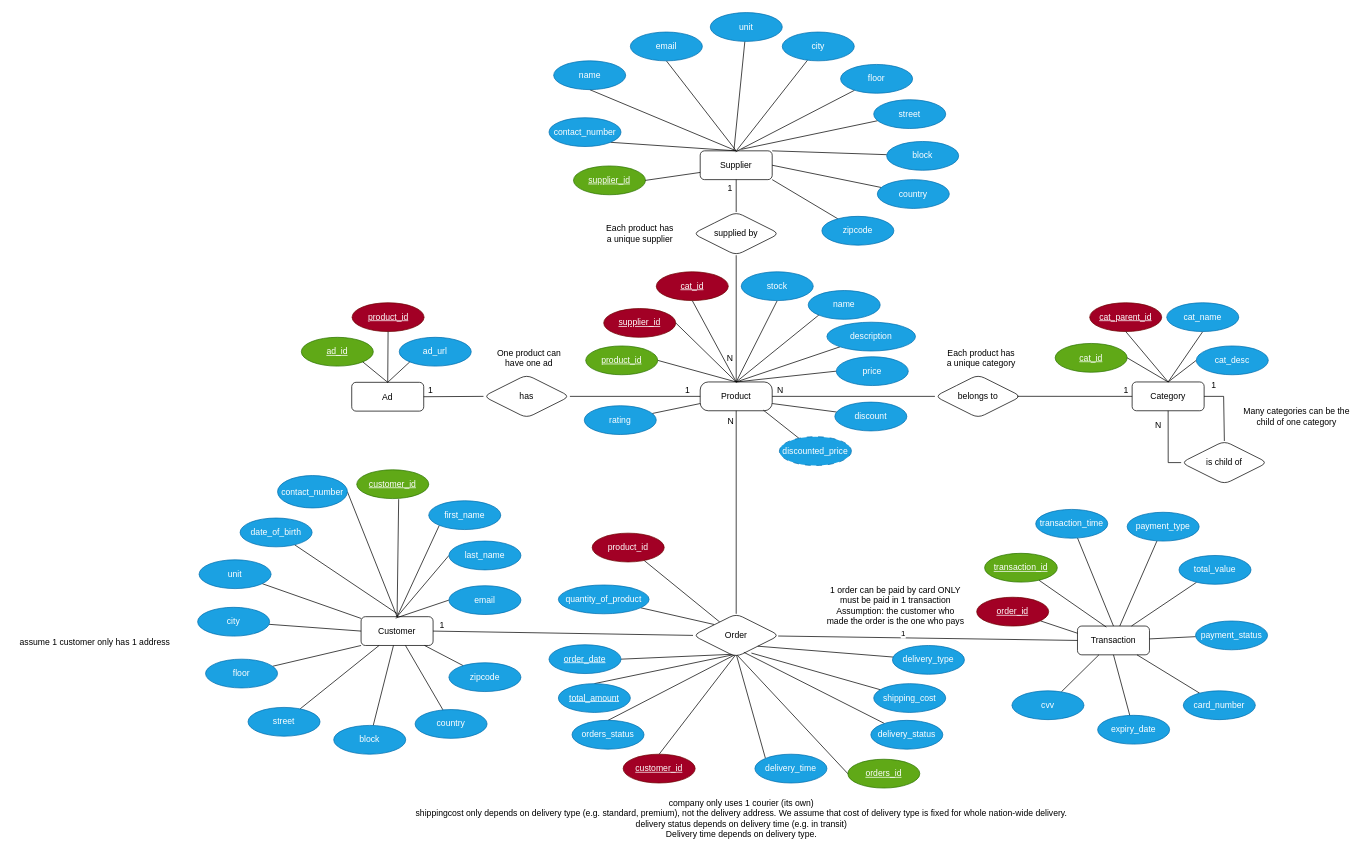
Earlier version of the draw.io diagram E_R_Diagram/ER_Diag.drawio (diego-karsa/Data-Management-Group-15). Source tidied: cells renumbered, new cells numbered last; positions are measured from the earlier drawing's top-left corner, leaving out a move shared by most shapes. Both pictures are drawn from the tidied source at 72%, with x=0, y=0 at pixel (12, 12).
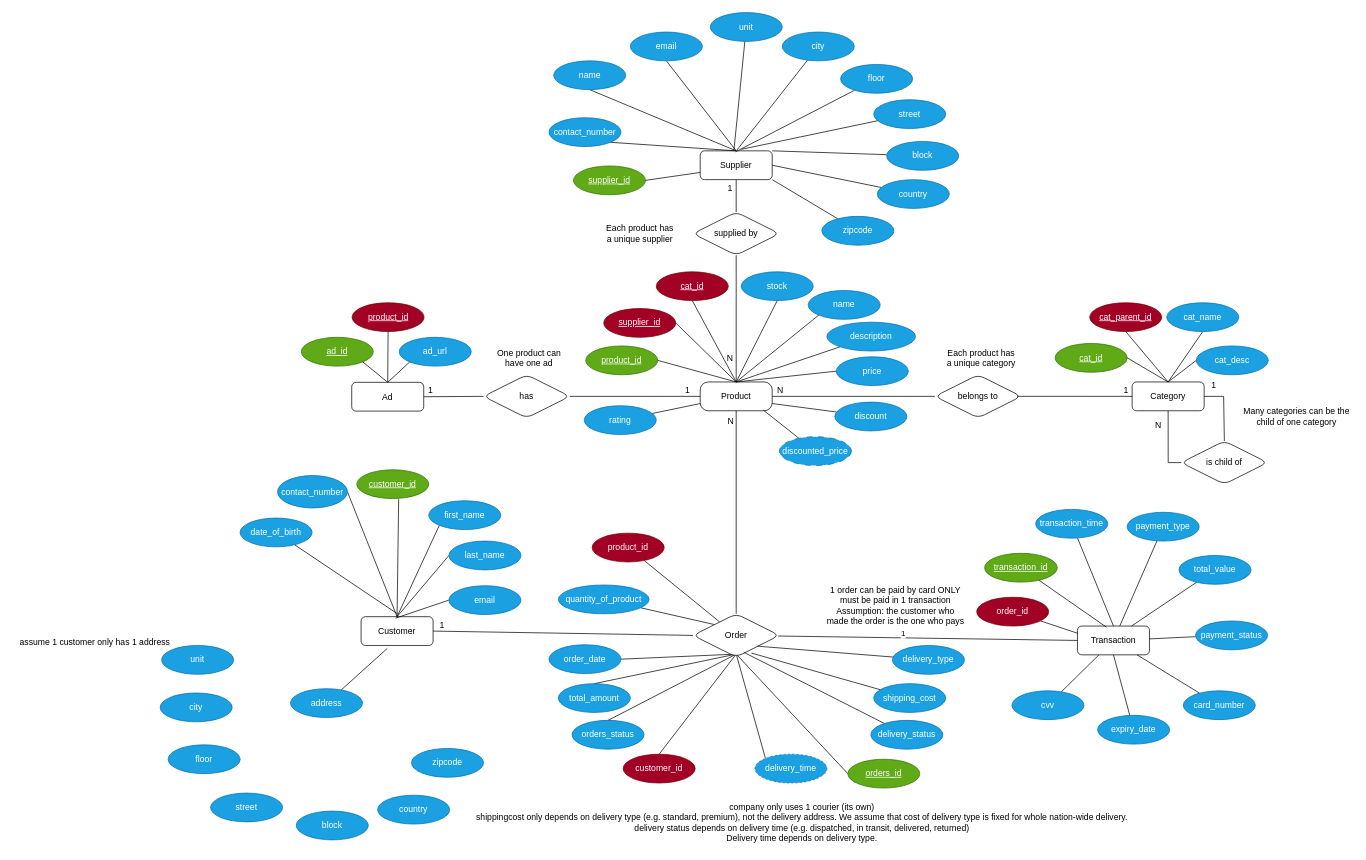
The same page after the edit.

Unchanged cells that the change refers to:
```xml
<mxCell id="2" value="Customer" style="whiteSpace=wrap;html=1;align=center;rounded=1;" parent="1" vertex="1">
  <mxGeometry x="484" y="839" width="100" height="40" as="geometry" />
</mxCell>
```

What changed in the source:
```diff
@@
-    <mxCell id="28" value="&lt;div&gt;customer_id&lt;/div&gt;" style="ellipse;whiteSpace=wrap;html=1;align=center;fontStyle=4;rounded=1;fillColor=#a20025;fontColor=#ffffff;strokeColor=#6F0000;" parent="1" vertex="1">
+    <mxCell id="28" value="&lt;div&gt;customer_id&lt;/div&gt;" style="ellipse;whiteSpace=wrap;html=1;align=center;fontStyle=0;rounded=1;fillColor=#a20025;fontColor=#ffffff;strokeColor=#6F0000;" parent="1" vertex="1">
       <mxGeometry x="848" y="1030" width="100" height="40" as="geometry" />
     </mxCell>
@@
-    <mxCell id="59" value="order_id" style="ellipse;whiteSpace=wrap;html=1;align=center;fontStyle=4;rounded=1;fillColor=#a20025;fontColor=#ffffff;strokeColor=#6F0000;" parent="1" vertex="1">
+    <mxCell id="59" value="order_id" style="ellipse;whiteSpace=wrap;html=1;align=center;fontStyle=0;rounded=1;fillColor=#a20025;fontColor=#ffffff;strokeColor=#6F0000;" parent="1" vertex="1">
       <mxGeometry x="1339" y="812" width="100" height="40" as="geometry" />
     </mxCell>
@@
-    <mxCell id="81" value="&lt;div&gt;total_amount&lt;/div&gt;" style="ellipse;whiteSpace=wrap;html=1;align=center;fontStyle=4;rounded=1;fillColor=#1ba1e2;fontColor=#ffffff;strokeColor=#006EAF;" parent="1" vertex="1">
+    <mxCell id="81" value="&lt;div&gt;total_amount&lt;/div&gt;" style="ellipse;whiteSpace=wrap;html=1;align=center;fontStyle=0;rounded=1;fillColor=#1ba1e2;fontColor=#ffffff;strokeColor=#006EAF;" parent="1" vertex="1">
       <mxGeometry x="758" y="932" width="100" height="40" as="geometry" />
     </mxCell>
-    <mxCell id="82" value="&lt;div&gt;order_date&lt;/div&gt;" style="ellipse;whiteSpace=wrap;html=1;align=center;fontStyle=4;rounded=1;fillColor=#1ba1e2;fontColor=#ffffff;strokeColor=#006EAF;" parent="1" vertex="1">
+    <mxCell id="82" value="&lt;div&gt;order_date&lt;/div&gt;" style="ellipse;whiteSpace=wrap;html=1;align=center;fontStyle=0;rounded=1;fillColor=#1ba1e2;fontColor=#ffffff;strokeColor=#006EAF;" parent="1" vertex="1">
       <mxGeometry x="745" y="878" width="100" height="40" as="geometry" />
     </mxCell>
@@
-    <mxCell id="113" style="edgeStyle=none;html=1;endArrow=none;endFill=0;" parent="1" edge="1" source="114" target="2">
-      <mxGeometry relative="1" as="geometry" />
-    </mxCell>
     <mxCell id="114" value="&lt;div&gt;country&lt;/div&gt;" style="ellipse;whiteSpace=wrap;html=1;align=center;fontStyle=0;rounded=1;fillColor=#1ba1e2;fontColor=#ffffff;strokeColor=#006EAF;" parent="1" vertex="1">
-      <mxGeometry x="559" y="968" width="100" height="40" as="geometry" />
+      <mxGeometry x="507" y="1087" width="100" height="40" as="geometry" />
     </mxCell>
-    <mxCell id="115" style="edgeStyle=none;html=1;endArrow=none;endFill=0;" parent="1" edge="1" source="116" target="2">
-      <mxGeometry relative="1" as="geometry" />
-    </mxCell>
     <mxCell id="116" value="&lt;div&gt;unit&lt;/div&gt;" style="ellipse;whiteSpace=wrap;html=1;align=center;fontStyle=0;rounded=1;fillColor=#1ba1e2;fontColor=#ffffff;strokeColor=#006EAF;" parent="1" vertex="1">
-      <mxGeometry x="259" y="760" width="100" height="40" as="geometry" />
+      <mxGeometry x="207" y="879" width="100" height="40" as="geometry" />
     </mxCell>
-    <mxCell id="117" style="edgeStyle=none;html=1;entryX=0;entryY=0.5;entryDx=0;entryDy=0;endArrow=none;endFill=0;" parent="1" edge="1" source="118" target="2">
-      <mxGeometry relative="1" as="geometry" />
-    </mxCell>
     <mxCell id="118" value="&lt;div&gt;city&lt;/div&gt;" style="ellipse;whiteSpace=wrap;html=1;align=center;fontStyle=0;rounded=1;fillColor=#1ba1e2;fontColor=#ffffff;strokeColor=#006EAF;" parent="1" vertex="1">
-      <mxGeometry x="257" y="826" width="100" height="40" as="geometry" />
+      <mxGeometry x="205" y="945" width="100" height="40" as="geometry" />
     </mxCell>
-    <mxCell id="119" style="edgeStyle=none;html=1;entryX=0.25;entryY=1;entryDx=0;entryDy=0;endArrow=none;endFill=0;" parent="1" edge="1" source="120" target="2">
-      <mxGeometry relative="1" as="geometry" />
-    </mxCell>
     <mxCell id="120" value="&lt;div&gt;street&lt;/div&gt;" style="ellipse;whiteSpace=wrap;html=1;align=center;fontStyle=0;rounded=1;fillColor=#1ba1e2;fontColor=#ffffff;strokeColor=#006EAF;" parent="1" vertex="1">
-      <mxGeometry x="327" y="965" width="100" height="40" as="geometry" />
+      <mxGeometry x="275" y="1084" width="100" height="40" as="geometry" />
     </mxCell>
-    <mxCell id="121" style="edgeStyle=none;html=1;endArrow=none;endFill=0;" parent="1" edge="1" source="122" target="2">
-      <mxGeometry relative="1" as="geometry" />
-    </mxCell>
     <mxCell id="122" value="&lt;div&gt;block&lt;/div&gt;" style="ellipse;whiteSpace=wrap;html=1;align=center;fontStyle=0;rounded=1;fillColor=#1ba1e2;fontColor=#ffffff;strokeColor=#006EAF;" parent="1" vertex="1">
-      <mxGeometry x="446" y="990" width="100" height="40" as="geometry" />
+      <mxGeometry x="394" y="1109" width="100" height="40" as="geometry" />
     </mxCell>
@@
-    <mxCell id="127" style="edgeStyle=none;html=1;entryX=0;entryY=1;entryDx=0;entryDy=0;endArrow=none;endFill=0;" parent="1" edge="1" source="128" target="2">
-      <mxGeometry relative="1" as="geometry" />
-    </mxCell>
     <mxCell id="128" value="&lt;div&gt;floor&lt;/div&gt;" style="ellipse;whiteSpace=wrap;html=1;align=center;fontStyle=0;rounded=1;fillColor=#1ba1e2;fontColor=#ffffff;strokeColor=#006EAF;" parent="1" vertex="1">
-      <mxGeometry x="268" y="898" width="100" height="40" as="geometry" />
+      <mxGeometry x="216" y="1017" width="100" height="40" as="geometry" />
     </mxCell>
@@
-    <mxCell id="131" value="delivery_time" style="ellipse;whiteSpace=wrap;html=1;align=center;fontStyle=0;rounded=1;fillColor=#1ba1e2;fontColor=#ffffff;strokeColor=#006EAF;" parent="1" vertex="1">
+    <mxCell id="131" value="delivery_time" style="ellipse;whiteSpace=wrap;html=1;align=center;fontStyle=0;rounded=1;fillColor=#1ba1e2;fontColor=#ffffff;strokeColor=#006EAF;dashed=1;" parent="1" vertex="1">
       <mxGeometry x="1031" y="1030" width="100" height="40" as="geometry" />
     </mxCell>
@@
-    <mxCell id="138" style="edgeStyle=none;html=1;endArrow=none;endFill=0;" parent="1" edge="1" source="139" target="2">
-      <mxGeometry relative="1" as="geometry" />
-    </mxCell>
     <mxCell id="139" value="&lt;div&gt;zipcode&lt;/div&gt;" style="ellipse;whiteSpace=wrap;html=1;align=center;fontStyle=0;rounded=1;fillColor=#1ba1e2;fontColor=#ffffff;strokeColor=#006EAF;" parent="1" vertex="1">
-      <mxGeometry x="606" y="903" width="100" height="40" as="geometry" />
+      <mxGeometry x="554" y="1022" width="100" height="40" as="geometry" />
     </mxCell>
@@
-    <mxCell id="163" value="company only uses 1 courier (its own)&lt;br&gt;shippingcost only depends on delivery type (e.g. standard, premium), not the delivery address. We assume that cost of delivery type is fixed for whole nation-wide delivery.&lt;br&gt;delivery status depends on delivery time (e.g. in transit)&lt;br&gt;Delivery time depends on delivery type." style="text;html=1;align=center;verticalAlign=middle;strokeColor=none;fillColor=none;" parent="1" vertex="1">
-      <mxGeometry x="550" y="1084.5" width="923" height="70" as="geometry" />
+    <mxCell id="163" value="company only uses 1 courier (its own)&lt;br&gt;shippingcost only depends on delivery type (e.g. standard, premium), not the delivery address. We assume that cost of delivery type is fixed for whole nation-wide delivery.&lt;br&gt;delivery status depends on delivery time (e.g. dispatched, in transit, delivered, returned)&lt;br&gt;Delivery time depends on delivery type." style="text;html=1;align=center;verticalAlign=middle;strokeColor=none;fillColor=none;" parent="1" vertex="1">
+      <mxGeometry x="634" y="1090" width="923" height="70" as="geometry" />
     </mxCell>
+    <mxCell id="164" style="edgeStyle=none;html=1;entryX=0.364;entryY=1.102;entryDx=0;entryDy=0;entryPerimeter=0;endArrow=none;endFill=0;" parent="1" edge="1" source="165" target="2">
+      <mxGeometry relative="1" as="geometry" />
+    </mxCell>
+    <mxCell id="165" value="address" style="ellipse;whiteSpace=wrap;html=1;align=center;fontStyle=0;rounded=1;fillColor=#1ba1e2;fontColor=#ffffff;strokeColor=#006EAF;" parent="1" vertex="1">
+      <mxGeometry x="386" y="939" width="100" height="40" as="geometry" />
+    </mxCell>
```
